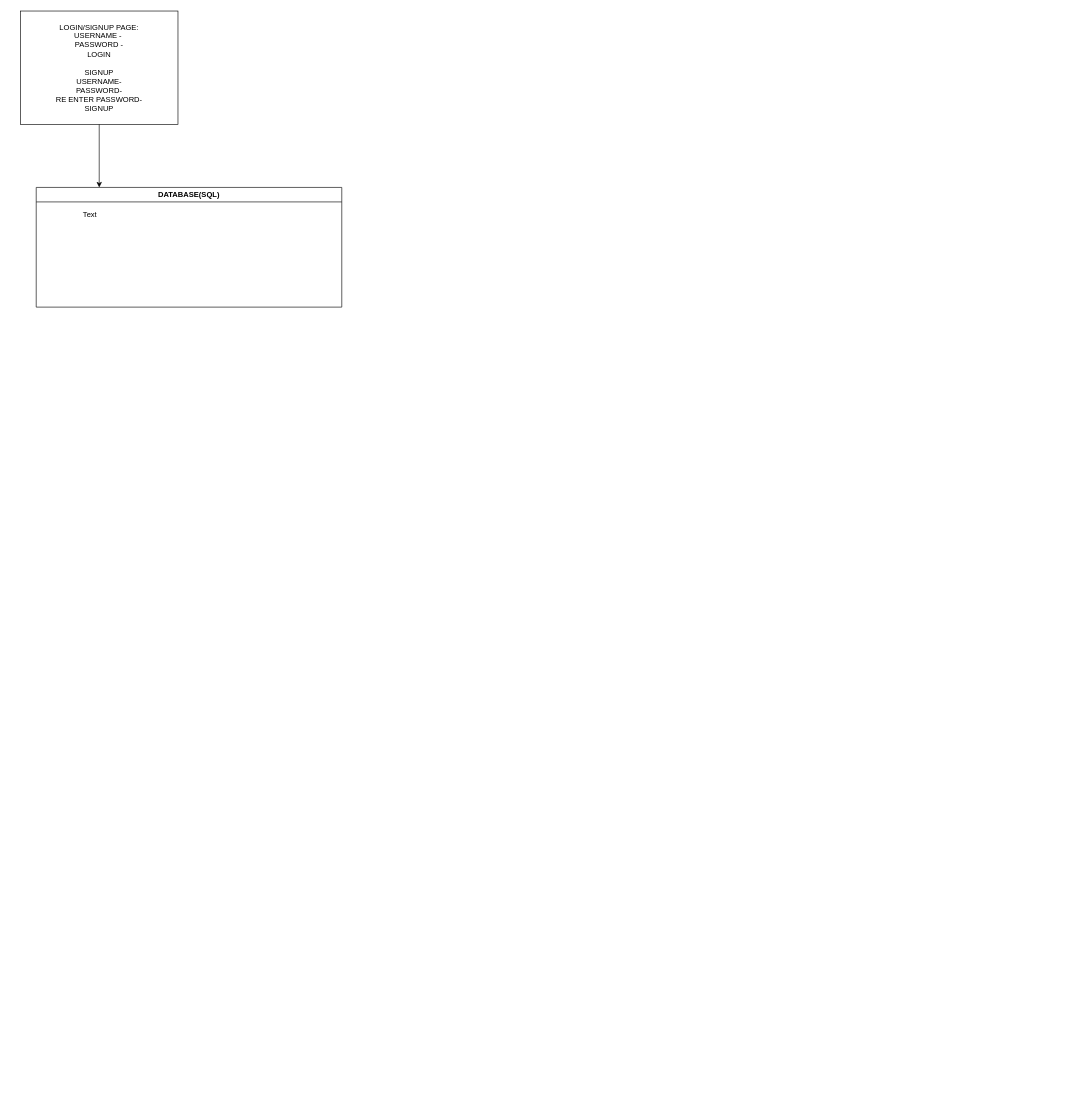
AlexAinea/TO_DO_LIST_PY keeps this draw.io diagram as structure.drawio. Above is the earlier version. Source tidied: cells renumbered, new cells numbered last; positions are measured from the earlier drawing's top-left corner, leaving out a move shared by most shapes. Both pictures are drawn from the tidied source at 63%, with x=0, y=0 at pixel (20, 11).
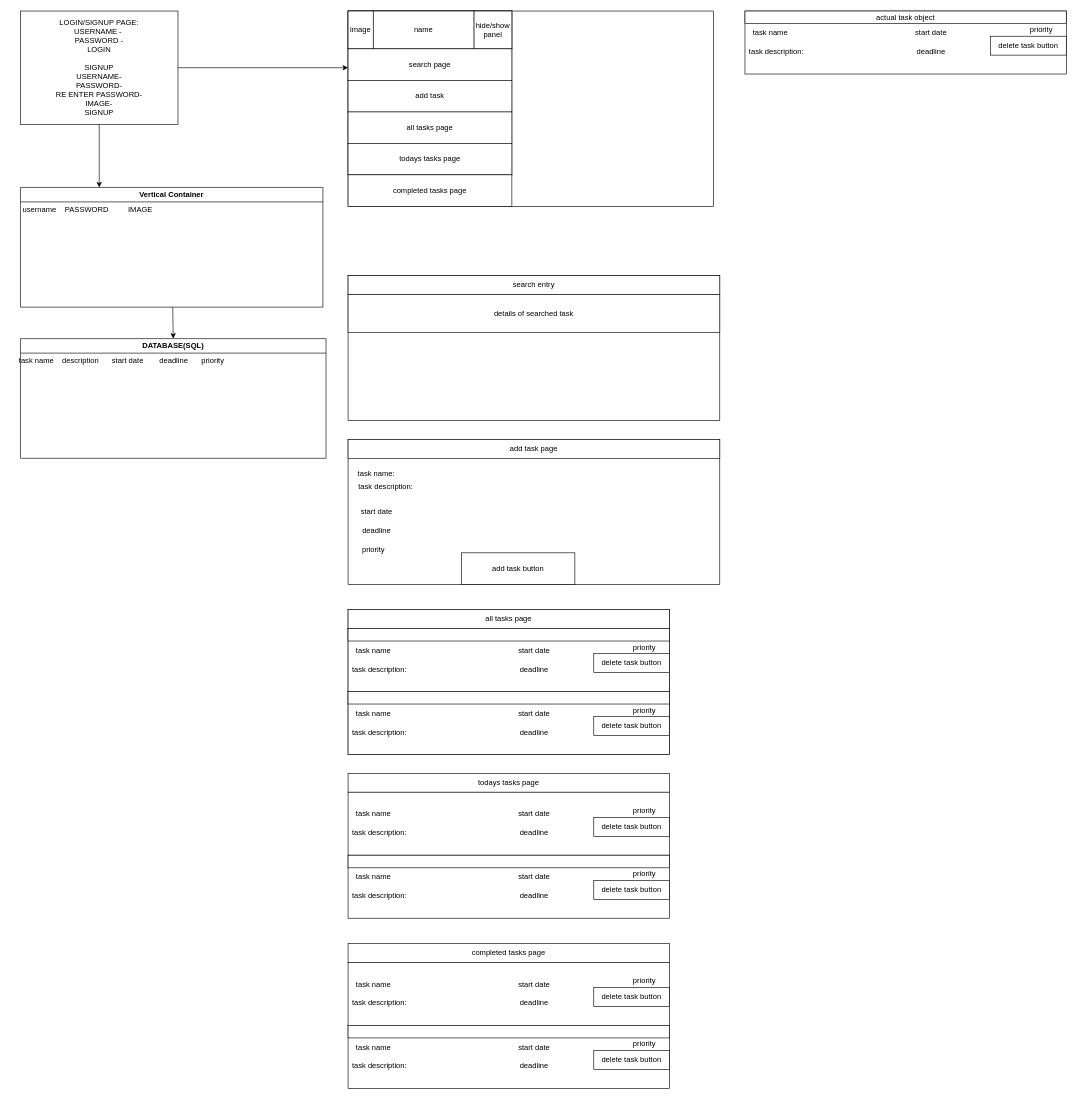
The same page after the edit.

Commit message:
system design done

What changed in the source:
```diff
@@
+    <mxCell id="6" style="edgeStyle=none;html=1;" parent="1" edge="1" source="2">
+      <mxGeometry relative="1" as="geometry">
+        <mxPoint x="520" y="90" as="targetPoint" />
+      </mxGeometry>
+    </mxCell>
-    <mxCell id="2" value="LOGIN/SIGNUP PAGE:&lt;div&gt;USERNAME -&amp;nbsp;&lt;/div&gt;&lt;div&gt;PASSWORD -&lt;/div&gt;&lt;div&gt;LOGIN&lt;/div&gt;&lt;div&gt;&lt;br&gt;&lt;/div&gt;&lt;div&gt;SIGNUP&lt;/div&gt;&lt;div&gt;USERNAME-&lt;/div&gt;&lt;div&gt;PASSWORD-&lt;/div&gt;&lt;div&gt;RE ENTER PASSWORD-&lt;/div&gt;&lt;div&gt;SIGNUP&lt;/div&gt;" style="rounded=0;whiteSpace=wrap;html=1;" parent="1" vertex="1">
+    <mxCell id="2" value="LOGIN/SIGNUP PAGE:&lt;div&gt;USERNAME -&amp;nbsp;&lt;/div&gt;&lt;div&gt;PASSWORD -&lt;/div&gt;&lt;div&gt;LOGIN&lt;/div&gt;&lt;div&gt;&lt;br&gt;&lt;/div&gt;&lt;div&gt;SIGNUP&lt;/div&gt;&lt;div&gt;USERNAME-&lt;/div&gt;&lt;div&gt;PASSWORD-&lt;/div&gt;&lt;div&gt;RE ENTER PASSWORD-&lt;/div&gt;&lt;div&gt;IMAGE-&lt;/div&gt;&lt;div&gt;SIGNUP&lt;/div&gt;" style="rounded=0;whiteSpace=wrap;html=1;" parent="1" vertex="1">
       <mxGeometry width="250" height="180" as="geometry" />
     </mxCell>
@@
     <mxCell id="4" value="DATABASE(SQL)" style="swimlane;whiteSpace=wrap;html=1;" parent="1" vertex="1">
-      <mxGeometry x="25" y="280" width="485" height="190" as="geometry" />
+      <mxGeometry y="520" width="485" height="190" as="geometry" />
     </mxCell>
-    <mxCell id="5" value="Text" style="text;html=1;align=center;verticalAlign=middle;strokeColor=none;fillColor=none;" parent="1" vertex="1">
-      <mxGeometry x="85" y="308" width="50" height="30" as="geometry" />
+    <mxCell id="5" value="task name" style="text;html=1;align=center;verticalAlign=middle;strokeColor=none;fillColor=none;" parent="4" vertex="1">
+      <mxGeometry x="-15" y="20" width="80" height="30" as="geometry" />
     </mxCell>
+    <mxCell id="7" value="description" style="text;html=1;align=center;verticalAlign=middle;strokeColor=none;fillColor=none;" parent="4" vertex="1">
+      <mxGeometry x="55" y="20" width="80" height="30" as="geometry" />
+    </mxCell>
+    <mxCell id="8" value="start date" style="text;html=1;align=center;verticalAlign=middle;strokeColor=none;fillColor=none;" parent="4" vertex="1">
+      <mxGeometry x="135" y="20" width="70" height="30" as="geometry" />
+    </mxCell>
+    <mxCell id="9" value="deadline" style="text;html=1;align=center;verticalAlign=middle;strokeColor=none;fillColor=none;" parent="4" vertex="1">
+      <mxGeometry x="207.5" y="20" width="70" height="30" as="geometry" />
+    </mxCell>
+    <mxCell id="10" value="priority" style="text;html=1;align=center;verticalAlign=middle;strokeColor=none;fillColor=none;" parent="4" vertex="1">
+      <mxGeometry x="275" y="20" width="60" height="30" as="geometry" />
+    </mxCell>
+    <mxCell id="11" style="edgeStyle=none;html=1;entryX=0.5;entryY=0;entryDx=0;entryDy=0;" parent="1" edge="1" source="12" target="4">
+      <mxGeometry relative="1" as="geometry" />
+    </mxCell>
+    <mxCell id="12" value="Vertical Container" style="swimlane;whiteSpace=wrap;html=1;" parent="1" vertex="1">
+      <mxGeometry y="280" width="480" height="190" as="geometry" />
+    </mxCell>
+    <mxCell id="13" value="username" style="text;html=1;align=center;verticalAlign=middle;strokeColor=none;fillColor=none;" parent="12" vertex="1">
+      <mxGeometry x="-10" y="20" width="80" height="30" as="geometry" />
+    </mxCell>
+    <mxCell id="14" value="PASSWORD" style="text;html=1;align=center;verticalAlign=middle;strokeColor=none;fillColor=none;" parent="12" vertex="1">
+      <mxGeometry x="60" y="20" width="90" height="30" as="geometry" />
+    </mxCell>
+    <mxCell id="15" value="IMAGE" style="text;html=1;align=center;verticalAlign=middle;strokeColor=none;fillColor=none;" parent="12" vertex="1">
+      <mxGeometry x="160" y="20" width="60" height="30" as="geometry" />
+    </mxCell>
+    <mxCell id="16" style="rounded=0;whiteSpace=wrap;html=1;" parent="1" vertex="1">
+      <mxGeometry x="520" width="580" height="310" as="geometry" />
+    </mxCell>
+    <mxCell id="17" style="rounded=0;whiteSpace=wrap;html=1;" parent="1" vertex="1">
+      <mxGeometry x="520" width="260" height="260" as="geometry" />
+    </mxCell>
+    <mxCell id="18" style="rounded=0;whiteSpace=wrap;html=1;" parent="1" vertex="1">
+      <mxGeometry x="520" width="260" height="60" as="geometry" />
+    </mxCell>
+    <mxCell id="19" value="image" style="rounded=0;whiteSpace=wrap;html=1;" parent="1" vertex="1">
+      <mxGeometry x="520" width="40" height="60" as="geometry" />
+    </mxCell>
+    <mxCell id="20" value="name" style="rounded=0;whiteSpace=wrap;html=1;" parent="1" vertex="1">
+      <mxGeometry x="560" width="160" height="60" as="geometry" />
+    </mxCell>
+    <mxCell id="21" value="hide/show panel" style="rounded=0;whiteSpace=wrap;html=1;" parent="1" vertex="1">
+      <mxGeometry x="720" width="60" height="60" as="geometry" />
+    </mxCell>
+    <mxCell id="22" value="search page" style="rounded=0;whiteSpace=wrap;html=1;" parent="1" vertex="1">
+      <mxGeometry x="520" y="60" width="260" height="50" as="geometry" />
+    </mxCell>
+    <mxCell id="23" value="all tasks page" style="rounded=0;whiteSpace=wrap;html=1;" parent="1" vertex="1">
+      <mxGeometry x="520" y="160" width="260" height="50" as="geometry" />
+    </mxCell>
+    <mxCell id="24" value="todays tasks page" style="rounded=0;whiteSpace=wrap;html=1;" parent="1" vertex="1">
+      <mxGeometry x="520" y="210" width="260" height="50" as="geometry" />
+    </mxCell>
+    <mxCell id="25" value="completed tasks page" style="rounded=0;whiteSpace=wrap;html=1;" parent="1" vertex="1">
+      <mxGeometry x="520" y="260" width="260" height="50" as="geometry" />
+    </mxCell>
+    <mxCell id="26" style="rounded=0;whiteSpace=wrap;html=1;" parent="1" vertex="1">
+      <mxGeometry x="520" y="420" width="590" height="230" as="geometry" />
+    </mxCell>
+    <mxCell id="27" value="search entry" style="rounded=0;whiteSpace=wrap;html=1;" parent="1" vertex="1">
+      <mxGeometry x="520" y="420" width="590" height="30" as="geometry" />
+    </mxCell>
+    <mxCell id="28" value="details of searched task" style="rounded=0;whiteSpace=wrap;html=1;" parent="1" vertex="1">
+      <mxGeometry x="520" y="450" width="590" height="60" as="geometry" />
+    </mxCell>
+    <mxCell id="29" value="add task" style="rounded=0;whiteSpace=wrap;html=1;" parent="1" vertex="1">
+      <mxGeometry x="520" y="110" width="260" height="50" as="geometry" />
+    </mxCell>
+    <mxCell id="30" style="rounded=0;whiteSpace=wrap;html=1;" parent="1" vertex="1">
+      <mxGeometry x="1150" width="510" height="100" as="geometry" />
+    </mxCell>
+    <mxCell id="31" value="actual task object" style="rounded=0;whiteSpace=wrap;html=1;" parent="1" vertex="1">
+      <mxGeometry x="1150" width="510" height="20" as="geometry" />
+    </mxCell>
+    <mxCell id="32" style="rounded=0;whiteSpace=wrap;html=1;" parent="1" vertex="1">
+      <mxGeometry x="520" y="680" width="590" height="230" as="geometry" />
+    </mxCell>
+    <mxCell id="33" value="add task page" style="rounded=0;whiteSpace=wrap;html=1;" parent="1" vertex="1">
+      <mxGeometry x="520" y="680" width="590" height="30" as="geometry" />
+    </mxCell>
+    <mxCell id="34" value="task name:" style="text;html=1;align=center;verticalAlign=middle;whiteSpace=wrap;rounded=0;" parent="1" vertex="1">
+      <mxGeometry x="515" y="720" width="100" height="30" as="geometry" />
+    </mxCell>
+    <mxCell id="35" value="task description:" style="text;html=1;align=center;verticalAlign=middle;whiteSpace=wrap;rounded=0;" parent="1" vertex="1">
+      <mxGeometry x="530" y="740" width="100" height="30" as="geometry" />
+    </mxCell>
+    <mxCell id="36" value="start date" style="text;html=1;align=center;verticalAlign=middle;strokeColor=none;fillColor=none;" parent="1" vertex="1">
+      <mxGeometry x="530" y="780" width="70" height="30" as="geometry" />
+    </mxCell>
+    <mxCell id="37" value="deadline" style="text;html=1;align=center;verticalAlign=middle;strokeColor=none;fillColor=none;" parent="1" vertex="1">
+      <mxGeometry x="530" y="810" width="70" height="30" as="geometry" />
+    </mxCell>
+    <mxCell id="38" value="priority" style="text;html=1;align=center;verticalAlign=middle;strokeColor=none;fillColor=none;" parent="1" vertex="1">
+      <mxGeometry x="530" y="840" width="60" height="30" as="geometry" />
+    </mxCell>
+    <mxCell id="39" value="add task button" style="rounded=0;whiteSpace=wrap;html=1;" parent="1" vertex="1">
+      <mxGeometry x="700" y="860" width="180" height="50" as="geometry" />
+    </mxCell>
+    <mxCell id="40" value="task name" style="text;html=1;align=center;verticalAlign=middle;strokeColor=none;fillColor=none;" parent="1" vertex="1">
+      <mxGeometry x="1150" y="20" width="80" height="30" as="geometry" />
+    </mxCell>
+    <mxCell id="41" value="task description:" style="text;html=1;align=center;verticalAlign=middle;whiteSpace=wrap;rounded=0;" parent="1" vertex="1">
+      <mxGeometry x="1150" y="50" width="100" height="30" as="geometry" />
+    </mxCell>
+    <mxCell id="42" value="start date" style="text;html=1;align=center;verticalAlign=middle;strokeColor=none;fillColor=none;" parent="1" vertex="1">
+      <mxGeometry x="1410" y="20" width="70" height="30" as="geometry" />
+    </mxCell>
+    <mxCell id="43" value="deadline" style="text;html=1;align=center;verticalAlign=middle;strokeColor=none;fillColor=none;" parent="1" vertex="1">
+      <mxGeometry x="1410" y="50" width="70" height="30" as="geometry" />
+    </mxCell>
+    <mxCell id="44" value="priority" style="text;html=1;align=center;verticalAlign=middle;strokeColor=none;fillColor=none;" parent="1" vertex="1">
+      <mxGeometry x="1590" y="15" width="60" height="30" as="geometry" />
+    </mxCell>
+    <mxCell id="45" value="delete task button" style="rounded=0;whiteSpace=wrap;html=1;" parent="1" vertex="1">
+      <mxGeometry x="1540" y="40" width="120" height="30" as="geometry" />
+    </mxCell>
+    <mxCell id="46" style="rounded=0;whiteSpace=wrap;html=1;" parent="1" vertex="1">
+      <mxGeometry x="520" y="950" width="510" height="230" as="geometry" />
+    </mxCell>
+    <mxCell id="47" value="all tasks page" style="rounded=0;whiteSpace=wrap;html=1;" parent="1" vertex="1">
+      <mxGeometry x="520" y="950" width="510" height="30" as="geometry" />
+    </mxCell>
+    <mxCell id="48" style="rounded=0;whiteSpace=wrap;html=1;" parent="1" vertex="1">
+      <mxGeometry x="520" y="980" width="510" height="100" as="geometry" />
+    </mxCell>
+    <mxCell id="49" style="rounded=0;whiteSpace=wrap;html=1;" parent="1" vertex="1">
+      <mxGeometry x="520" y="980" width="510" height="20" as="geometry" />
+    </mxCell>
+    <mxCell id="50" value="task name" style="text;html=1;align=center;verticalAlign=middle;strokeColor=none;fillColor=none;" parent="1" vertex="1">
+      <mxGeometry x="520" y="1000" width="80" height="30" as="geometry" />
+    </mxCell>
+    <mxCell id="51" value="task description:" style="text;html=1;align=center;verticalAlign=middle;whiteSpace=wrap;rounded=0;" parent="1" vertex="1">
+      <mxGeometry x="520" y="1030" width="100" height="30" as="geometry" />
+    </mxCell>
+    <mxCell id="52" value="start date" style="text;html=1;align=center;verticalAlign=middle;strokeColor=none;fillColor=none;" parent="1" vertex="1">
+      <mxGeometry x="780" y="1000" width="70" height="30" as="geometry" />
+    </mxCell>
+    <mxCell id="53" value="deadline" style="text;html=1;align=center;verticalAlign=middle;strokeColor=none;fillColor=none;" parent="1" vertex="1">
+      <mxGeometry x="780" y="1030" width="70" height="30" as="geometry" />
+    </mxCell>
+    <mxCell id="54" value="priority" style="text;html=1;align=center;verticalAlign=middle;strokeColor=none;fillColor=none;" parent="1" vertex="1">
+      <mxGeometry x="960" y="995" width="60" height="30" as="geometry" />
+    </mxCell>
+    <mxCell id="55" value="delete task button" style="rounded=0;whiteSpace=wrap;html=1;" parent="1" vertex="1">
+      <mxGeometry x="910" y="1020" width="120" height="30" as="geometry" />
+    </mxCell>
+    <mxCell id="56" style="rounded=0;whiteSpace=wrap;html=1;" parent="1" vertex="1">
+      <mxGeometry x="520" y="1080" width="510" height="100" as="geometry" />
+    </mxCell>
+    <mxCell id="57" style="rounded=0;whiteSpace=wrap;html=1;" parent="1" vertex="1">
+      <mxGeometry x="520" y="1080" width="510" height="20" as="geometry" />
+    </mxCell>
+    <mxCell id="58" value="task name" style="text;html=1;align=center;verticalAlign=middle;strokeColor=none;fillColor=none;" parent="1" vertex="1">
+      <mxGeometry x="520" y="1100" width="80" height="30" as="geometry" />
+    </mxCell>
+    <mxCell id="59" value="task description:" style="text;html=1;align=center;verticalAlign=middle;whiteSpace=wrap;rounded=0;" parent="1" vertex="1">
+      <mxGeometry x="520" y="1130" width="100" height="30" as="geometry" />
+    </mxCell>
+    <mxCell id="60" value="start date" style="text;html=1;align=center;verticalAlign=middle;strokeColor=none;fillColor=none;" parent="1" vertex="1">
+      <mxGeometry x="780" y="1100" width="70" height="30" as="geometry" />
+    </mxCell>
+    <mxCell id="61" value="deadline" style="text;html=1;align=center;verticalAlign=middle;strokeColor=none;fillColor=none;" parent="1" vertex="1">
+      <mxGeometry x="780" y="1130" width="70" height="30" as="geometry" />
+    </mxCell>
+    <mxCell id="62" value="priority" style="text;html=1;align=center;verticalAlign=middle;strokeColor=none;fillColor=none;" parent="1" vertex="1">
+      <mxGeometry x="960" y="1095" width="60" height="30" as="geometry" />
+    </mxCell>
+    <mxCell id="63" value="delete task button" style="rounded=0;whiteSpace=wrap;html=1;" parent="1" vertex="1">
+      <mxGeometry x="910" y="1120" width="120" height="30" as="geometry" />
+    </mxCell>
+    <mxCell id="64" value="todays tasks page" style="rounded=0;whiteSpace=wrap;html=1;" parent="1" vertex="1">
+      <mxGeometry x="520" y="1210" width="510" height="30" as="geometry" />
+    </mxCell>
+    <mxCell id="65" style="rounded=0;whiteSpace=wrap;html=1;" parent="1" vertex="1">
+      <mxGeometry x="520" y="1240" width="510" height="100" as="geometry" />
+    </mxCell>
+    <mxCell id="66" value="task name" style="text;html=1;align=center;verticalAlign=middle;strokeColor=none;fillColor=none;" parent="1" vertex="1">
+      <mxGeometry x="520" y="1260" width="80" height="30" as="geometry" />
+    </mxCell>
+    <mxCell id="67" value="task description:" style="text;html=1;align=center;verticalAlign=middle;whiteSpace=wrap;rounded=0;" parent="1" vertex="1">
+      <mxGeometry x="520" y="1290" width="100" height="30" as="geometry" />
+    </mxCell>
+    <mxCell id="68" value="start date" style="text;html=1;align=center;verticalAlign=middle;strokeColor=none;fillColor=none;" parent="1" vertex="1">
+      <mxGeometry x="780" y="1260" width="70" height="30" as="geometry" />
+    </mxCell>
+    <mxCell id="69" value="deadline" style="text;html=1;align=center;verticalAlign=middle;strokeColor=none;fillColor=none;" parent="1" vertex="1">
+      <mxGeometry x="780" y="1290" width="70" height="30" as="geometry" />
+    </mxCell>
+    <mxCell id="70" value="priority" style="text;html=1;align=center;verticalAlign=middle;strokeColor=none;fillColor=none;" parent="1" vertex="1">
+      <mxGeometry x="960" y="1255" width="60" height="30" as="geometry" />
+    </mxCell>
+    <mxCell id="71" value="delete task button" style="rounded=0;whiteSpace=wrap;html=1;" parent="1" vertex="1">
+      <mxGeometry x="910" y="1280" width="120" height="30" as="geometry" />
+    </mxCell>
+    <mxCell id="72" style="rounded=0;whiteSpace=wrap;html=1;" parent="1" vertex="1">
+      <mxGeometry x="520" y="1340" width="510" height="100" as="geometry" />
+    </mxCell>
+    <mxCell id="73" style="rounded=0;whiteSpace=wrap;html=1;" parent="1" vertex="1">
+      <mxGeometry x="520" y="1340" width="510" height="20" as="geometry" />
+    </mxCell>
+    <mxCell id="74" value="task name" style="text;html=1;align=center;verticalAlign=middle;strokeColor=none;fillColor=none;" parent="1" vertex="1">
+      <mxGeometry x="520" y="1360" width="80" height="30" as="geometry" />
+    </mxCell>
+    <mxCell id="75" value="task description:" style="text;html=1;align=center;verticalAlign=middle;whiteSpace=wrap;rounded=0;" parent="1" vertex="1">
+      <mxGeometry x="520" y="1390" width="100" height="30" as="geometry" />
+    </mxCell>
+    <mxCell id="76" value="start date" style="text;html=1;align=center;verticalAlign=middle;strokeColor=none;fillColor=none;" parent="1" vertex="1">
+      <mxGeometry x="780" y="1360" width="70" height="30" as="geometry" />
+    </mxCell>
+    <mxCell id="77" value="deadline" style="text;html=1;align=center;verticalAlign=middle;strokeColor=none;fillColor=none;" parent="1" vertex="1">
+      <mxGeometry x="780" y="1390" width="70" height="30" as="geometry" />
+    </mxCell>
+    <mxCell id="78" value="priority" style="text;html=1;align=center;verticalAlign=middle;strokeColor=none;fillColor=none;" parent="1" vertex="1">
+      <mxGeometry x="960" y="1355" width="60" height="30" as="geometry" />
+    </mxCell>
+    <mxCell id="79" value="delete task button" style="rounded=0;whiteSpace=wrap;html=1;" parent="1" vertex="1">
+      <mxGeometry x="910" y="1380" width="120" height="30" as="geometry" />
+    </mxCell>
+    <mxCell id="80" value="completed tasks page" style="rounded=0;whiteSpace=wrap;html=1;" parent="1" vertex="1">
+      <mxGeometry x="520" y="1480" width="510" height="30" as="geometry" />
+    </mxCell>
+    <mxCell id="81" style="rounded=0;whiteSpace=wrap;html=1;" parent="1" vertex="1">
+      <mxGeometry x="520" y="1510" width="510" height="100" as="geometry" />
+    </mxCell>
+    <mxCell id="82" value="task name" style="text;html=1;align=center;verticalAlign=middle;strokeColor=none;fillColor=none;" parent="1" vertex="1">
+      <mxGeometry x="520" y="1530" width="80" height="30" as="geometry" />
+    </mxCell>
+    <mxCell id="83" value="task description:" style="text;html=1;align=center;verticalAlign=middle;whiteSpace=wrap;rounded=0;" parent="1" vertex="1">
+      <mxGeometry x="520" y="1560" width="100" height="30" as="geometry" />
+    </mxCell>
+    <mxCell id="84" value="start date" style="text;html=1;align=center;verticalAlign=middle;strokeColor=none;fillColor=none;" parent="1" vertex="1">
+      <mxGeometry x="780" y="1530" width="70" height="30" as="geometry" />
+    </mxCell>
+    <mxCell id="85" value="deadline" style="text;html=1;align=center;verticalAlign=middle;strokeColor=none;fillColor=none;" parent="1" vertex="1">
+      <mxGeometry x="780" y="1560" width="70" height="30" as="geometry" />
+    </mxCell>
+    <mxCell id="86" value="priority" style="text;html=1;align=center;verticalAlign=middle;strokeColor=none;fillColor=none;" parent="1" vertex="1">
+      <mxGeometry x="960" y="1525" width="60" height="30" as="geometry" />
+    </mxCell>
+    <mxCell id="87" value="delete task button" style="rounded=0;whiteSpace=wrap;html=1;" parent="1" vertex="1">
+      <mxGeometry x="910" y="1550" width="120" height="30" as="geometry" />
+    </mxCell>
+    <mxCell id="88" style="rounded=0;whiteSpace=wrap;html=1;" parent="1" vertex="1">
+      <mxGeometry x="520" y="1610" width="510" height="100" as="geometry" />
+    </mxCell>
+    <mxCell id="89" style="rounded=0;whiteSpace=wrap;html=1;" parent="1" vertex="1">
+      <mxGeometry x="520" y="1610" width="510" height="20" as="geometry" />
+    </mxCell>
+    <mxCell id="90" value="task name" style="text;html=1;align=center;verticalAlign=middle;strokeColor=none;fillColor=none;" parent="1" vertex="1">
+      <mxGeometry x="520" y="1630" width="80" height="30" as="geometry" />
+    </mxCell>
+    <mxCell id="91" value="task description:" style="text;html=1;align=center;verticalAlign=middle;whiteSpace=wrap;rounded=0;" parent="1" vertex="1">
+      <mxGeometry x="520" y="1660" width="100" height="30" as="geometry" />
+    </mxCell>
+    <mxCell id="92" value="start date" style="text;html=1;align=center;verticalAlign=middle;strokeColor=none;fillColor=none;" parent="1" vertex="1">
+      <mxGeometry x="780" y="1630" width="70" height="30" as="geometry" />
+    </mxCell>
+    <mxCell id="93" value="deadline" style="text;html=1;align=center;verticalAlign=middle;strokeColor=none;fillColor=none;" parent="1" vertex="1">
+      <mxGeometry x="780" y="1660" width="70" height="30" as="geometry" />
+    </mxCell>
+    <mxCell id="94" value="priority" style="text;html=1;align=center;verticalAlign=middle;strokeColor=none;fillColor=none;" parent="1" vertex="1">
+      <mxGeometry x="960" y="1625" width="60" height="30" as="geometry" />
+    </mxCell>
+    <mxCell id="95" value="delete task button" style="rounded=0;whiteSpace=wrap;html=1;" parent="1" vertex="1">
+      <mxGeometry x="910" y="1650" width="120" height="30" as="geometry" />
+    </mxCell>
```
